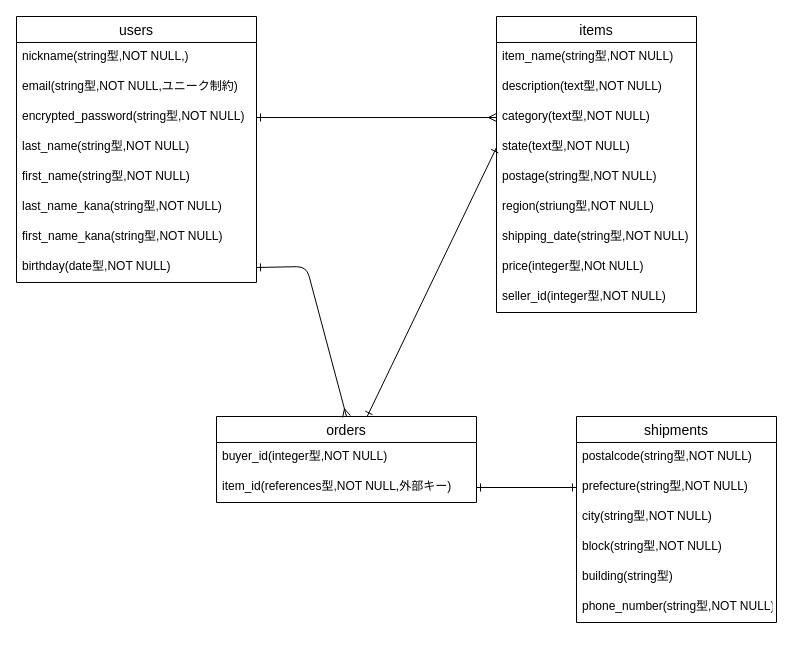
blue7201/furima-39417 keeps this draw.io diagram as ERD.dio. Above is the earlier version. Source tidied: cells renumbered, new cells numbered last; positions are measured from the earlier drawing's top-left corner, leaving out a move shared by most shapes. Both pictures are drawn from the tidied source at 100%, with x=0, y=0 at pixel (16, 16).
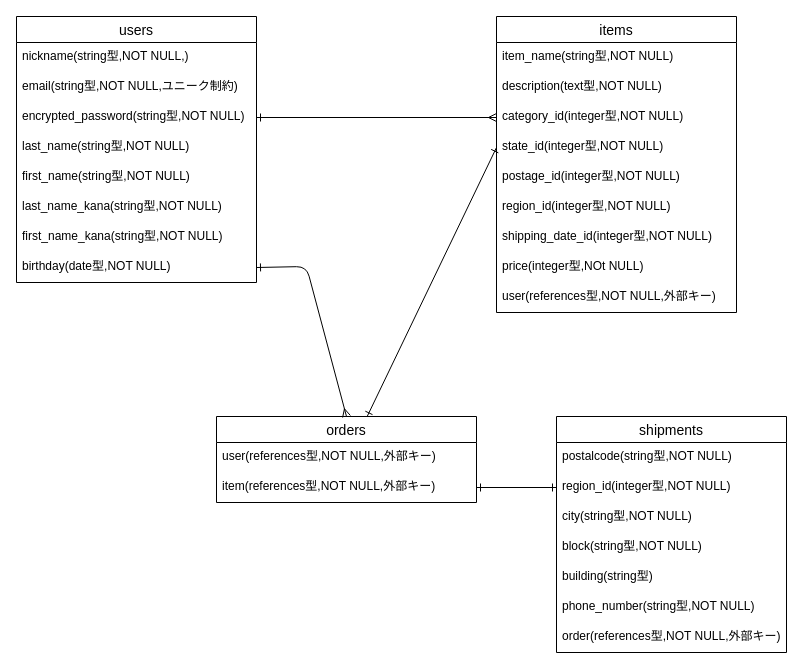
Above is the later version.

Commit message (it also covers changes not shown here):
レビュー修正

Unchanged cells that the change refers to:
```xml
<mxCell id="21" value="orders" style="swimlane;fontStyle=0;horizontal=1;startSize=26;align=center;fontSize=14;" parent="1" vertex="1">
  <mxGeometry x="200" y="400" width="260" height="86" as="geometry" />
</mxCell>
```

Diff of the diagram source:
```diff
@@
     <mxCell id="11" value="items" style="swimlane;fontStyle=0;horizontal=1;startSize=26;align=center;fontSize=14;" parent="1" vertex="1">
-      <mxGeometry x="480" width="200" height="296" as="geometry" />
+      <mxGeometry x="480" width="240" height="296" as="geometry" />
     </mxCell>
     <mxCell id="12" value="item_name(string型,NOT NULL)" style="text;strokeColor=none;fillColor=none;spacingLeft=4;spacingRight=4;overflow=hidden;fontSize=12;" parent="11" vertex="1">
-      <mxGeometry y="26" width="200" height="30" as="geometry" />
+      <mxGeometry y="26" width="240" height="30" as="geometry" />
     </mxCell>
     <mxCell id="13" value="description(text型,NOT NULL)" style="text;strokeColor=none;fillColor=none;spacingLeft=4;spacingRight=4;overflow=hidden;fontSize=12;" parent="11" vertex="1">
-      <mxGeometry y="56" width="200" height="30" as="geometry" />
+      <mxGeometry y="56" width="240" height="30" as="geometry" />
     </mxCell>
-    <mxCell id="14" value="category(text型,NOT NULL)" style="text;strokeColor=none;fillColor=none;spacingLeft=4;spacingRight=4;overflow=hidden;points=[[0,0.5],[1,0.5]];portConstraint=eastwest;fontSize=12;" parent="11" vertex="1">
-      <mxGeometry y="86" width="200" height="30" as="geometry" />
+    <mxCell id="14" value="category_id(integer型,NOT NULL)" style="text;strokeColor=none;fillColor=none;spacingLeft=4;spacingRight=4;overflow=hidden;points=[[0,0.5],[1,0.5]];portConstraint=eastwest;fontSize=12;" parent="11" vertex="1">
+      <mxGeometry y="86" width="240" height="30" as="geometry" />
     </mxCell>
-    <mxCell id="15" value="state(text型,NOT NULL)" style="text;strokeColor=none;fillColor=none;spacingLeft=4;spacingRight=4;overflow=hidden;points=[[0,0.5],[1,0.5]];portConstraint=eastwest;fontSize=12;" parent="11" vertex="1">
-      <mxGeometry y="116" width="200" height="30" as="geometry" />
+    <mxCell id="15" value="state_id(integer型,NOT NULL)" style="text;strokeColor=none;fillColor=none;spacingLeft=4;spacingRight=4;overflow=hidden;points=[[0,0.5],[1,0.5]];portConstraint=eastwest;fontSize=12;" parent="11" vertex="1">
+      <mxGeometry y="116" width="240" height="30" as="geometry" />
     </mxCell>
-    <mxCell id="16" value="postage(string型,NOT NULL)" style="text;strokeColor=none;fillColor=none;spacingLeft=4;spacingRight=4;overflow=hidden;fontSize=12;" parent="11" vertex="1">
-      <mxGeometry y="146" width="200" height="30" as="geometry" />
+    <mxCell id="16" value="postage_id(integer型,NOT NULL)" style="text;strokeColor=none;fillColor=none;spacingLeft=4;spacingRight=4;overflow=hidden;fontSize=12;" parent="11" vertex="1">
+      <mxGeometry y="146" width="240" height="30" as="geometry" />
     </mxCell>
-    <mxCell id="17" value="region(striung型,NOT NULL)" style="text;strokeColor=none;fillColor=none;spacingLeft=4;spacingRight=4;overflow=hidden;fontSize=12;" parent="11" vertex="1">
-      <mxGeometry y="176" width="200" height="30" as="geometry" />
+    <mxCell id="17" value="region_id(integer型,NOT NULL)" style="text;strokeColor=none;fillColor=none;spacingLeft=4;spacingRight=4;overflow=hidden;fontSize=12;" parent="11" vertex="1">
+      <mxGeometry y="176" width="240" height="30" as="geometry" />
     </mxCell>
-    <mxCell id="18" value="shipping_date(string型,NOT NULL)" style="text;strokeColor=none;fillColor=none;spacingLeft=4;spacingRight=4;overflow=hidden;fontSize=12;" parent="11" vertex="1">
-      <mxGeometry y="206" width="200" height="30" as="geometry" />
+    <mxCell id="18" value="shipping_date_id(integer型,NOT NULL)" style="text;strokeColor=none;fillColor=none;spacingLeft=4;spacingRight=4;overflow=hidden;fontSize=12;" parent="11" vertex="1">
+      <mxGeometry y="206" width="240" height="30" as="geometry" />
     </mxCell>
     <mxCell id="19" value="price(integer型,NOt NULL)" style="text;strokeColor=none;fillColor=none;spacingLeft=4;spacingRight=4;overflow=hidden;fontSize=12;" parent="11" vertex="1">
-      <mxGeometry y="236" width="200" height="30" as="geometry" />
+      <mxGeometry y="236" width="240" height="30" as="geometry" />
     </mxCell>
-    <mxCell id="20" value="seller_id(integer型,NOT NULL)" style="text;strokeColor=none;fillColor=none;spacingLeft=4;spacingRight=4;overflow=hidden;fontSize=12;" parent="11" vertex="1">
-      <mxGeometry y="266" width="200" height="30" as="geometry" />
+    <mxCell id="20" value="user(references型,NOT NULL,外部キー)" style="text;strokeColor=none;fillColor=none;spacingLeft=4;spacingRight=4;overflow=hidden;fontSize=12;" parent="11" vertex="1">
+      <mxGeometry y="266" width="240" height="30" as="geometry" />
     </mxCell>
@@
-    <mxCell id="22" value="buyer_id(integer型,NOT NULL)" style="text;strokeColor=none;fillColor=none;spacingLeft=4;spacingRight=4;overflow=hidden;fontSize=12;" parent="21" vertex="1">
+    <mxCell id="22" value="user(references型,NOT NULL,外部キー)" style="text;strokeColor=none;fillColor=none;spacingLeft=4;spacingRight=4;overflow=hidden;fontSize=12;" parent="21" vertex="1">
       <mxGeometry y="26" width="260" height="30" as="geometry" />
     </mxCell>
-    <mxCell id="23" value="item_id(references型,NOT NULL,外部キー)" style="text;strokeColor=none;fillColor=none;spacingLeft=4;spacingRight=4;overflow=hidden;points=[[0,0.5],[1,0.5]];portConstraint=eastwest;fontSize=12;" parent="21" vertex="1">
+    <mxCell id="23" value="item(references型,NOT NULL,外部キー)" style="text;strokeColor=none;fillColor=none;spacingLeft=4;spacingRight=4;overflow=hidden;points=[[0,0.5],[1,0.5]];portConstraint=eastwest;fontSize=12;" parent="21" vertex="1">
       <mxGeometry y="56" width="260" height="30" as="geometry" />
     </mxCell>
     <mxCell id="24" value="shipments" style="swimlane;fontStyle=0;horizontal=1;startSize=26;align=center;fontSize=14;" parent="1" vertex="1">
-      <mxGeometry x="560" y="400" width="200" height="206" as="geometry" />
+      <mxGeometry x="540" y="400" width="230" height="236" as="geometry" />
     </mxCell>
     <mxCell id="25" value="postalcode(string型,NOT NULL)" style="text;strokeColor=none;fillColor=none;spacingLeft=4;spacingRight=4;overflow=hidden;fontSize=12;" parent="24" vertex="1">
-      <mxGeometry y="26" width="200" height="30" as="geometry" />
+      <mxGeometry y="26" width="230" height="30" as="geometry" />
     </mxCell>
-    <mxCell id="26" value="prefecture(string型,NOT NULL)" style="text;strokeColor=none;fillColor=none;spacingLeft=4;spacingRight=4;overflow=hidden;points=[[0,0.5],[1,0.5]];portConstraint=eastwest;fontSize=12;" parent="24" vertex="1">
-      <mxGeometry y="56" width="200" height="30" as="geometry" />
+    <mxCell id="26" value="region_id(integer型,NOT NULL)" style="text;strokeColor=none;fillColor=none;spacingLeft=4;spacingRight=4;overflow=hidden;points=[[0,0.5],[1,0.5]];portConstraint=eastwest;fontSize=12;" parent="24" vertex="1">
+      <mxGeometry y="56" width="230" height="30" as="geometry" />
     </mxCell>
     <mxCell id="27" value="city(string型,NOT NULL)" style="text;strokeColor=none;fillColor=none;spacingLeft=4;spacingRight=4;overflow=hidden;fontSize=12;" parent="24" vertex="1">
-      <mxGeometry y="86" width="200" height="30" as="geometry" />
+      <mxGeometry y="86" width="230" height="30" as="geometry" />
     </mxCell>
     <mxCell id="28" value="block(string型,NOT NULL)" style="text;strokeColor=none;fillColor=none;spacingLeft=4;spacingRight=4;overflow=hidden;fontSize=12;" parent="24" vertex="1">
-      <mxGeometry y="116" width="200" height="30" as="geometry" />
+      <mxGeometry y="116" width="230" height="30" as="geometry" />
     </mxCell>
     <mxCell id="29" value="building(string型)" style="text;strokeColor=none;fillColor=none;spacingLeft=4;spacingRight=4;overflow=hidden;fontSize=12;" parent="24" vertex="1">
-      <mxGeometry y="146" width="200" height="30" as="geometry" />
+      <mxGeometry y="146" width="230" height="30" as="geometry" />
     </mxCell>
     <mxCell id="30" value="phone_number(string型,NOT NULL)" style="text;strokeColor=none;fillColor=none;spacingLeft=4;spacingRight=4;overflow=hidden;fontSize=12;" parent="24" vertex="1">
-      <mxGeometry y="176" width="200" height="30" as="geometry" />
+      <mxGeometry y="176" width="230" height="30" as="geometry" />
     </mxCell>
+    <mxCell id="35" value="order(references型,NOT NULL,外部キー)" style="text;strokeColor=none;fillColor=none;spacingLeft=4;spacingRight=4;overflow=hidden;fontSize=12;" parent="24" vertex="1">
+      <mxGeometry y="206" width="230" height="30" as="geometry" />
+    </mxCell>
```
